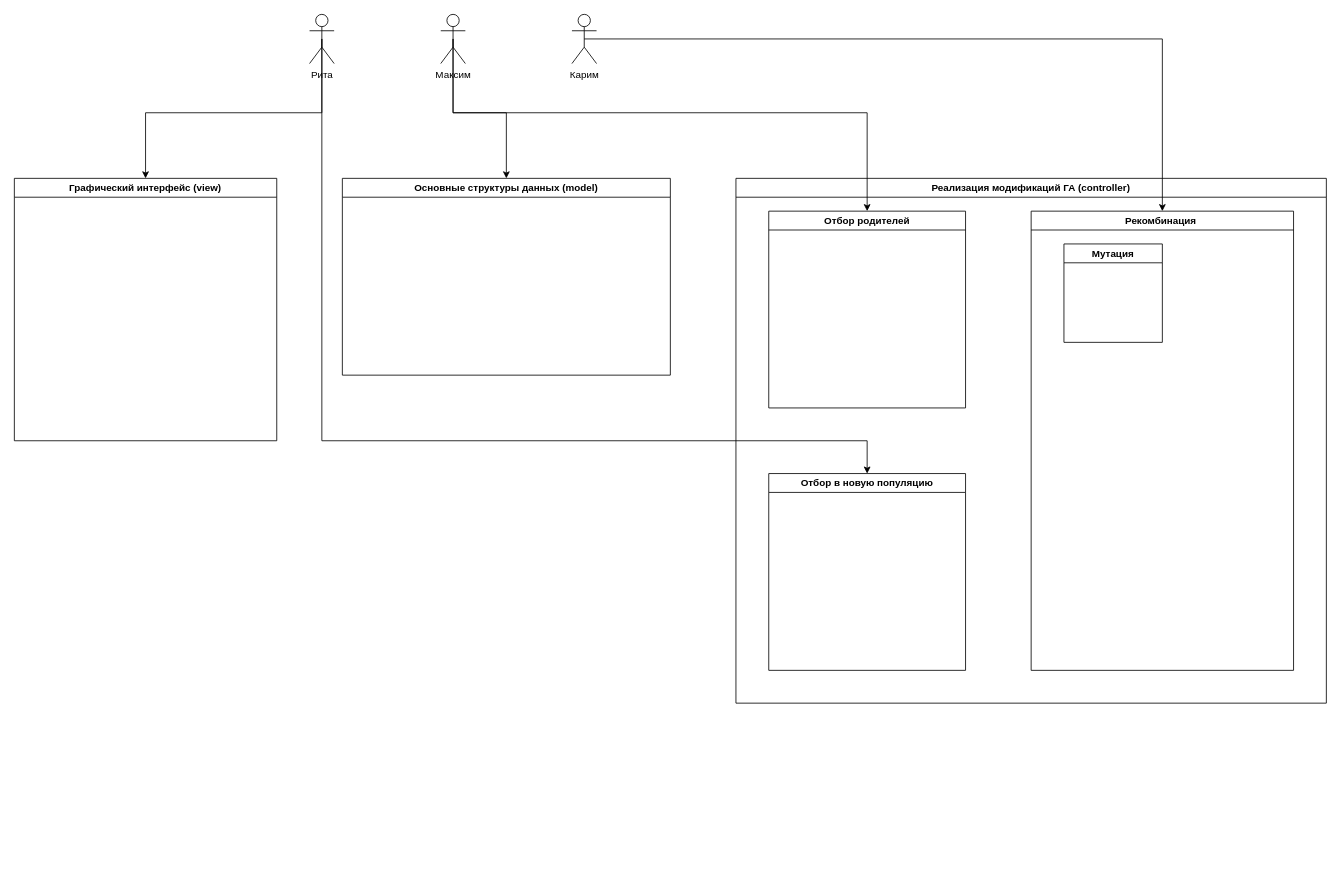
Above: additional-files/design.drawio in zwphyro/TSP_GA (draw.io), before the change. Source tidied: cells renumbered, new cells numbered last; positions are measured from the earlier drawing's top-left corner, leaving out a move shared by most shapes. Both pictures are drawn from the tidied source at 82%, with x=0, y=0 at pixel (14, 14).
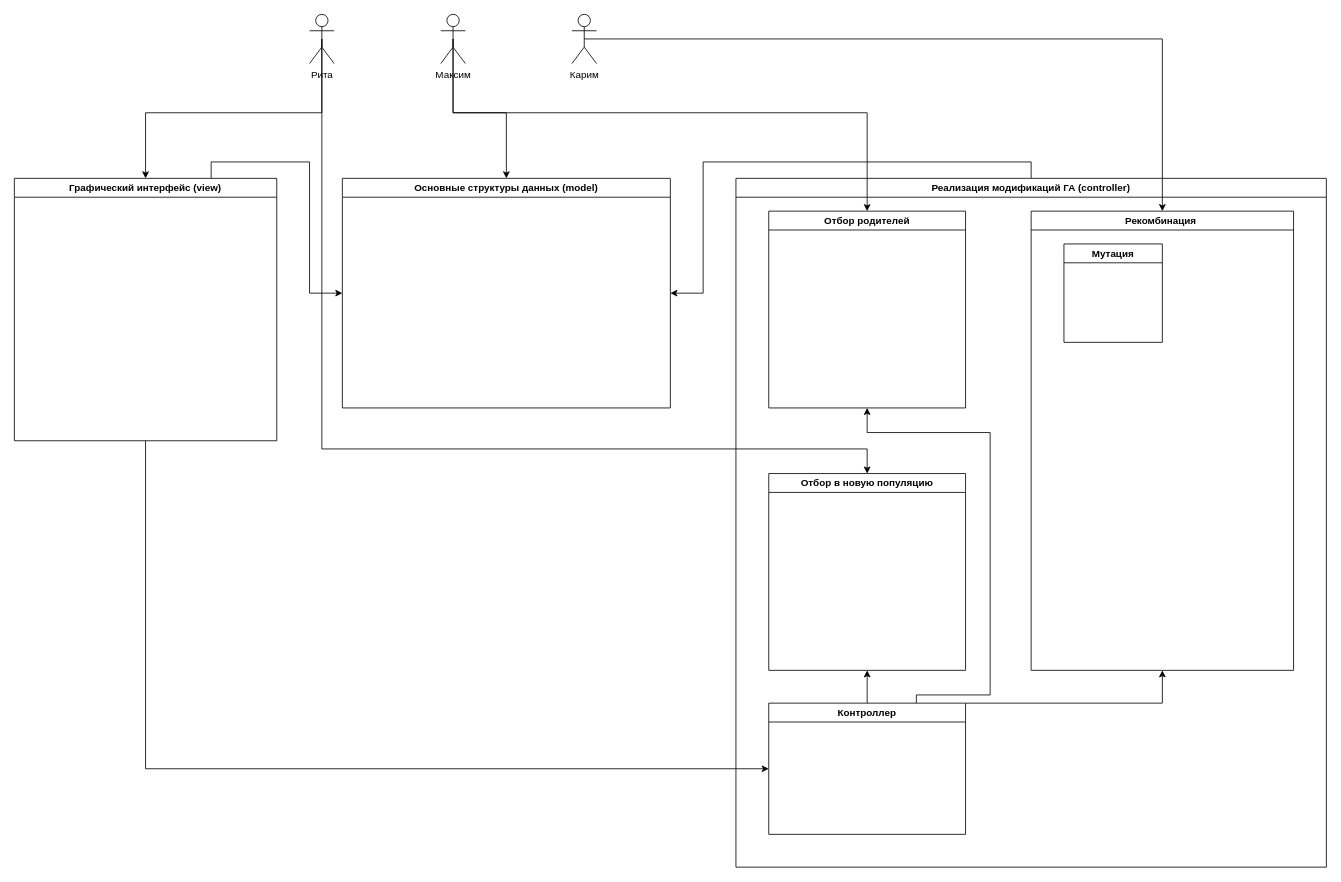
The same diagram, later.

Unchanged cells that the change refers to:
```xml
<mxCell id="2" value="Графический интерфейс (view)" style="swimlane;whiteSpace=wrap;html=1;" parent="1" vertex="1">
  <mxGeometry y="200" width="320" height="320" as="geometry" />
</mxCell>
<mxCell id="4" value="Отбор родителей" style="swimlane;whiteSpace=wrap;html=1;" parent="3" vertex="1">
  <mxGeometry x="40" y="40" width="240" height="240" as="geometry" />
</mxCell>
<mxCell id="5" value="Рекомбинация&amp;nbsp;" style="swimlane;whiteSpace=wrap;html=1;" parent="3" vertex="1">
  <mxGeometry x="360" y="40" width="320" height="560" as="geometry" />
</mxCell>
<mxCell id="7" value="Отбор в новую популяцию" style="swimlane;whiteSpace=wrap;html=1;" parent="3" vertex="1">
  <mxGeometry x="40" y="360" width="240" height="240" as="geometry" />
</mxCell>
<mxCell id="11" value="Рита" style="shape=umlActor;verticalLabelPosition=bottom;verticalAlign=top;html=1;" parent="1" vertex="1">
  <mxGeometry x="360" width="30" height="60" as="geometry" />
</mxCell>
```

What changed in the source:
```diff
@@
+    <mxCell id="17" style="edgeStyle=orthogonalEdgeStyle;rounded=0;jettySize=auto;html=1;exitX=0.5;exitY=1;exitDx=0;exitDy=0;entryX=0;entryY=0.5;entryDx=0;entryDy=0;" parent="1" edge="1" source="2" target="23">
+      <mxGeometry relative="1" as="geometry" />
+    </mxCell>
+    <mxCell id="18" style="edgeStyle=orthogonalEdgeStyle;rounded=0;jettySize=auto;html=1;exitX=0.75;exitY=0;exitDx=0;exitDy=0;" parent="1" edge="1" source="2" target="8">
+      <mxGeometry relative="1" as="geometry" />
+    </mxCell>
@@
+    <mxCell id="19" style="edgeStyle=orthogonalEdgeStyle;rounded=0;jettySize=auto;html=1;exitX=0.5;exitY=0;exitDx=0;exitDy=0;" parent="1" edge="1" source="3" target="8">
+      <mxGeometry relative="1" as="geometry" />
+    </mxCell>
     <mxCell id="3" value="Реализация модификаций ГА (controller)" style="swimlane;whiteSpace=wrap;html=1;startSize=23;" parent="1" vertex="1">
-      <mxGeometry x="880" y="200" width="720" height="640" as="geometry" />
+      <mxGeometry x="880" y="200" width="720" height="840" as="geometry" />
     </mxCell>
@@
+    <mxCell id="20" style="edgeStyle=orthogonalEdgeStyle;rounded=0;jettySize=auto;html=1;exitX=0.5;exitY=0;exitDx=0;exitDy=0;entryX=0.5;entryY=1;entryDx=0;entryDy=0;" parent="3" edge="1" source="23" target="7">
+      <mxGeometry relative="1" as="geometry" />
+    </mxCell>
+    <mxCell id="21" style="edgeStyle=orthogonalEdgeStyle;rounded=0;jettySize=auto;html=1;exitX=0.75;exitY=0;exitDx=0;exitDy=0;entryX=0.5;entryY=1;entryDx=0;entryDy=0;" parent="3" edge="1" source="23" target="4">
+      <mxGeometry relative="1" as="geometry">
+        <Array as="points">
+          <mxPoint x="220" y="630" />
+          <mxPoint x="310" y="630" />
+          <mxPoint x="310" y="310" />
+          <mxPoint x="160" y="310" />
+        </Array>
+      </mxGeometry>
+    </mxCell>
+    <mxCell id="22" style="edgeStyle=orthogonalEdgeStyle;rounded=0;jettySize=auto;html=1;exitX=1;exitY=0;exitDx=0;exitDy=0;entryX=0.5;entryY=1;entryDx=0;entryDy=0;" parent="3" edge="1" source="23" target="5">
+      <mxGeometry relative="1" as="geometry">
+        <Array as="points">
+          <mxPoint x="520" y="640" />
+        </Array>
+      </mxGeometry>
+    </mxCell>
+    <mxCell id="23" value="Контроллер" style="swimlane;whiteSpace=wrap;html=1;" parent="3" vertex="1">
+      <mxGeometry x="40" y="640" width="240" height="160" as="geometry" />
+    </mxCell>
     <mxCell id="8" value="Основные структуры данных (model)" style="swimlane;whiteSpace=wrap;html=1;" parent="1" vertex="1">
-      <mxGeometry x="400" y="200" width="400" height="240" as="geometry" />
+      <mxGeometry x="400" y="200" width="400" height="280" as="geometry" />
     </mxCell>
@@
     <mxCell id="10" style="edgeStyle=orthogonalEdgeStyle;rounded=0;jettySize=auto;html=1;exitX=0.5;exitY=0.5;exitDx=0;exitDy=0;exitPerimeter=0;entryX=0.5;entryY=0;entryDx=0;entryDy=0;" parent="1" edge="1" source="11" target="7">
       <mxGeometry relative="1" as="geometry">
         <Array as="points">
-          <mxPoint x="375" y="520" />
-          <mxPoint x="1040" y="520" />
+          <mxPoint x="375" y="530" />
+          <mxPoint x="1040" y="530" />
         </Array>
       </mxGeometry>
     </mxCell>
```
